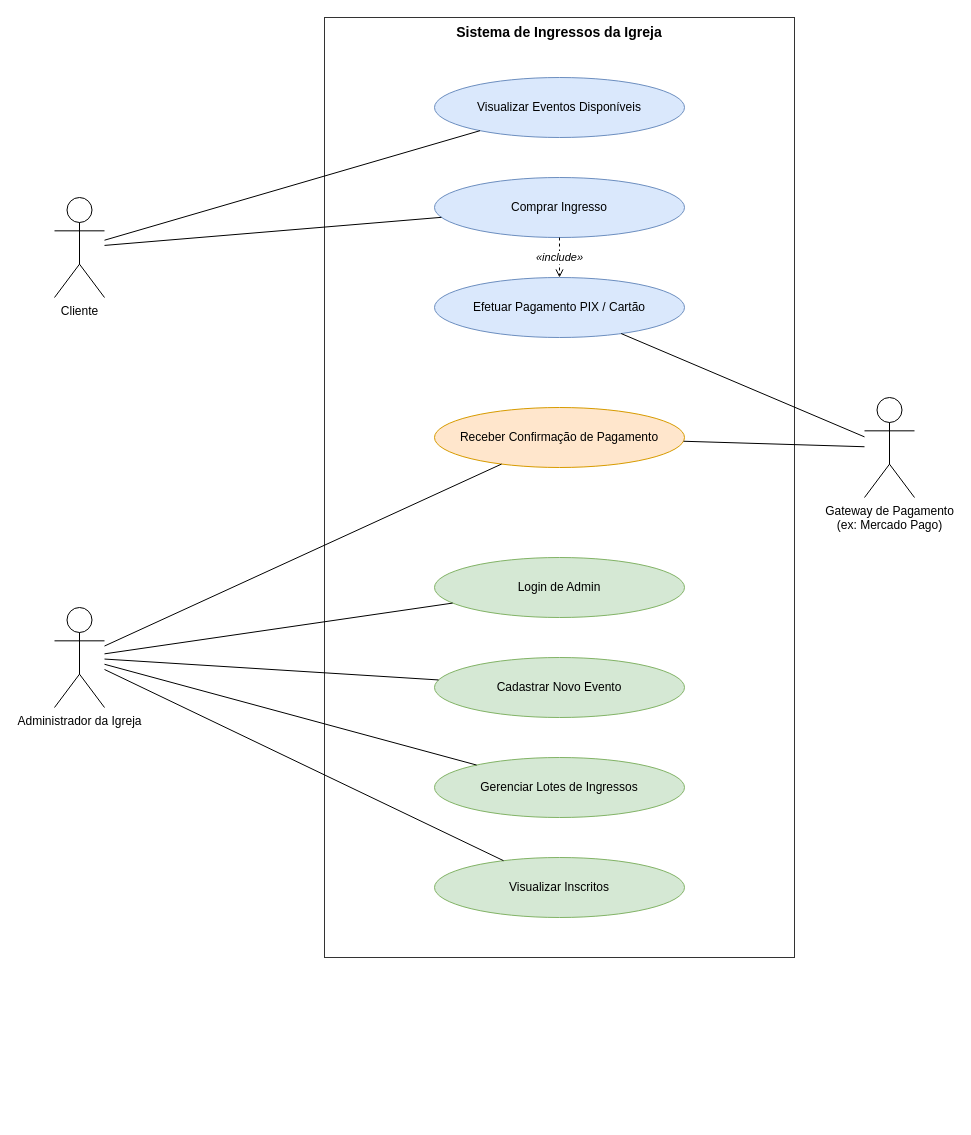
Above: page "Casos de Uso" (1 of 2) of docs/casoUsoEArquitetura.drawio in isalorc/sistema-venda-ingressos-icb-web (draw.io), before the change. Source tidied: cells renumbered, new cells numbered last; positions are measured from the earlier drawing's top-left corner, leaving out a move shared by most shapes. Both pictures are drawn from the tidied source at 100%, with x=0, y=0 at pixel (54, 17).
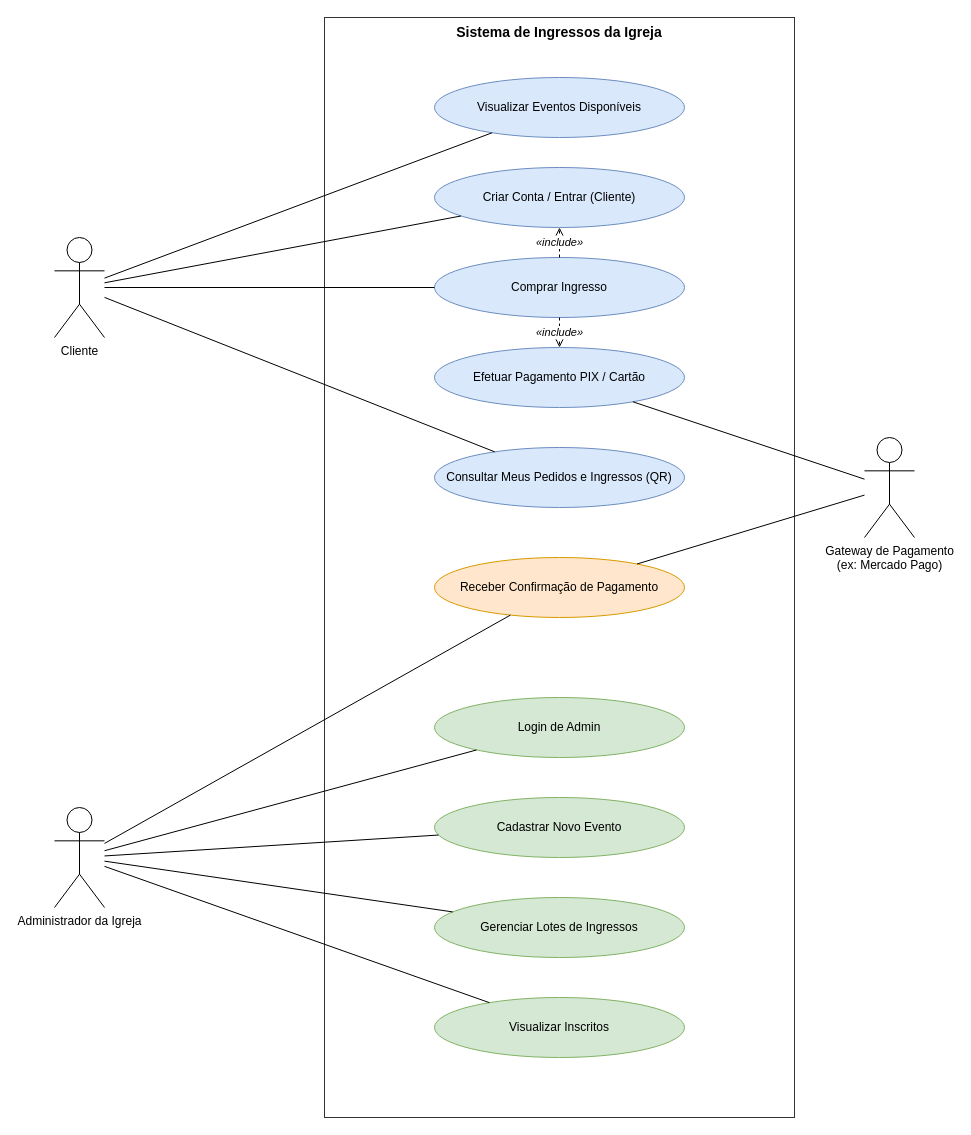
The same page after the edit.

Commit message (it also covers changes not shown here):
docs: atualiza guia do frontend e sincroniza as docs do backend (area do cliente)

What changed in the source:
```diff
@@
     <mxCell id="2" value="Sistema de Ingressos da Igreja" style="rounded=0;whiteSpace=wrap;html=1;verticalAlign=top;fontStyle=1;fontSize=14;fillColor=none;strokeColor=#333333;" parent="1" vertex="1">
-      <mxGeometry x="270" width="470" height="940" as="geometry" />
+      <mxGeometry x="270" width="470" height="1100" as="geometry" />
     </mxCell>
     <mxCell id="3" value="Cliente" style="shape=umlActor;verticalLabelPosition=bottom;verticalAlign=top;html=1;outlineConnect=0;" parent="1" vertex="1">
-      <mxGeometry y="180" width="50" height="100" as="geometry" />
+      <mxGeometry y="220" width="50" height="100" as="geometry" />
     </mxCell>
     <mxCell id="4" value="Administrador da Igreja" style="shape=umlActor;verticalLabelPosition=bottom;verticalAlign=top;html=1;outlineConnect=0;" parent="1" vertex="1">
-      <mxGeometry y="590" width="50" height="100" as="geometry" />
+      <mxGeometry y="790" width="50" height="100" as="geometry" />
     </mxCell>
     <mxCell id="5" value="Gateway de Pagamento&lt;br&gt;(ex: Mercado Pago)" style="shape=umlActor;verticalLabelPosition=bottom;verticalAlign=top;html=1;outlineConnect=0;" parent="1" vertex="1">
-      <mxGeometry x="810" y="380" width="50" height="100" as="geometry" />
+      <mxGeometry x="810" y="420" width="50" height="100" as="geometry" />
     </mxCell>
@@
     <mxCell id="7" value="Comprar Ingresso" style="ellipse;whiteSpace=wrap;html=1;fillColor=#dae8fc;strokeColor=#6c8ebf;" parent="1" vertex="1">
-      <mxGeometry x="380" y="160" width="250" height="60" as="geometry" />
+      <mxGeometry x="380" y="240" width="250" height="60" as="geometry" />
     </mxCell>
     <mxCell id="8" value="Efetuar Pagamento PIX / Cartão" style="ellipse;whiteSpace=wrap;html=1;fillColor=#dae8fc;strokeColor=#6c8ebf;" parent="1" vertex="1">
-      <mxGeometry x="380" y="260" width="250" height="60" as="geometry" />
+      <mxGeometry x="380" y="330" width="250" height="60" as="geometry" />
     </mxCell>
+    <mxCell id="24" value="Criar Conta / Entrar (Cliente)" style="ellipse;whiteSpace=wrap;html=1;fillColor=#dae8fc;strokeColor=#6c8ebf;" parent="1" vertex="1">
+      <mxGeometry x="380" y="150" width="250" height="60" as="geometry" />
+    </mxCell>
+    <mxCell id="25" value="Consultar Meus Pedidos e Ingressos (QR)" style="ellipse;whiteSpace=wrap;html=1;fillColor=#dae8fc;strokeColor=#6c8ebf;" parent="1" vertex="1">
+      <mxGeometry x="380" y="430" width="250" height="60" as="geometry" />
+    </mxCell>
     <mxCell id="9" value="Receber Confirmação de Pagamento" style="ellipse;whiteSpace=wrap;html=1;fillColor=#ffe6cc;strokeColor=#d79b00;" parent="1" vertex="1">
-      <mxGeometry x="380" y="390" width="250" height="60" as="geometry" />
+      <mxGeometry x="380" y="540" width="250" height="60" as="geometry" />
     </mxCell>
     <mxCell id="10" value="Login de Admin" style="ellipse;whiteSpace=wrap;html=1;fillColor=#d5e8d4;strokeColor=#82b366;" parent="1" vertex="1">
-      <mxGeometry x="380" y="540" width="250" height="60" as="geometry" />
+      <mxGeometry x="380" y="680" width="250" height="60" as="geometry" />
     </mxCell>
     <mxCell id="11" value="Cadastrar Novo Evento" style="ellipse;whiteSpace=wrap;html=1;fillColor=#d5e8d4;strokeColor=#82b366;" parent="1" vertex="1">
-      <mxGeometry x="380" y="640" width="250" height="60" as="geometry" />
+      <mxGeometry x="380" y="780" width="250" height="60" as="geometry" />
     </mxCell>
     <mxCell id="12" value="Gerenciar Lotes de Ingressos" style="ellipse;whiteSpace=wrap;html=1;fillColor=#d5e8d4;strokeColor=#82b366;" parent="1" vertex="1">
-      <mxGeometry x="380" y="740" width="250" height="60" as="geometry" />
+      <mxGeometry x="380" y="880" width="250" height="60" as="geometry" />
     </mxCell>
     <mxCell id="13" value="Visualizar Inscritos" style="ellipse;whiteSpace=wrap;html=1;fillColor=#d5e8d4;strokeColor=#82b366;" parent="1" vertex="1">
-      <mxGeometry x="380" y="840" width="250" height="60" as="geometry" />
+      <mxGeometry x="380" y="980" width="250" height="60" as="geometry" />
     </mxCell>
@@
+    <mxCell id="26" style="endArrow=none;html=1;edgeStyle=none;" parent="1" edge="1" source="3" target="24">
+      <mxGeometry relative="1" as="geometry" />
+    </mxCell>
+    <mxCell id="27" style="endArrow=none;html=1;edgeStyle=none;" parent="1" edge="1" source="3" target="25">
+      <mxGeometry relative="1" as="geometry" />
+    </mxCell>
+    <mxCell id="28" value="«include»" style="endArrow=open;endFill=0;dashed=1;html=1;fontStyle=2;edgeStyle=none;" parent="1" edge="1" source="7" target="24">
+      <mxGeometry relative="1" as="geometry" />
+    </mxCell>
```
